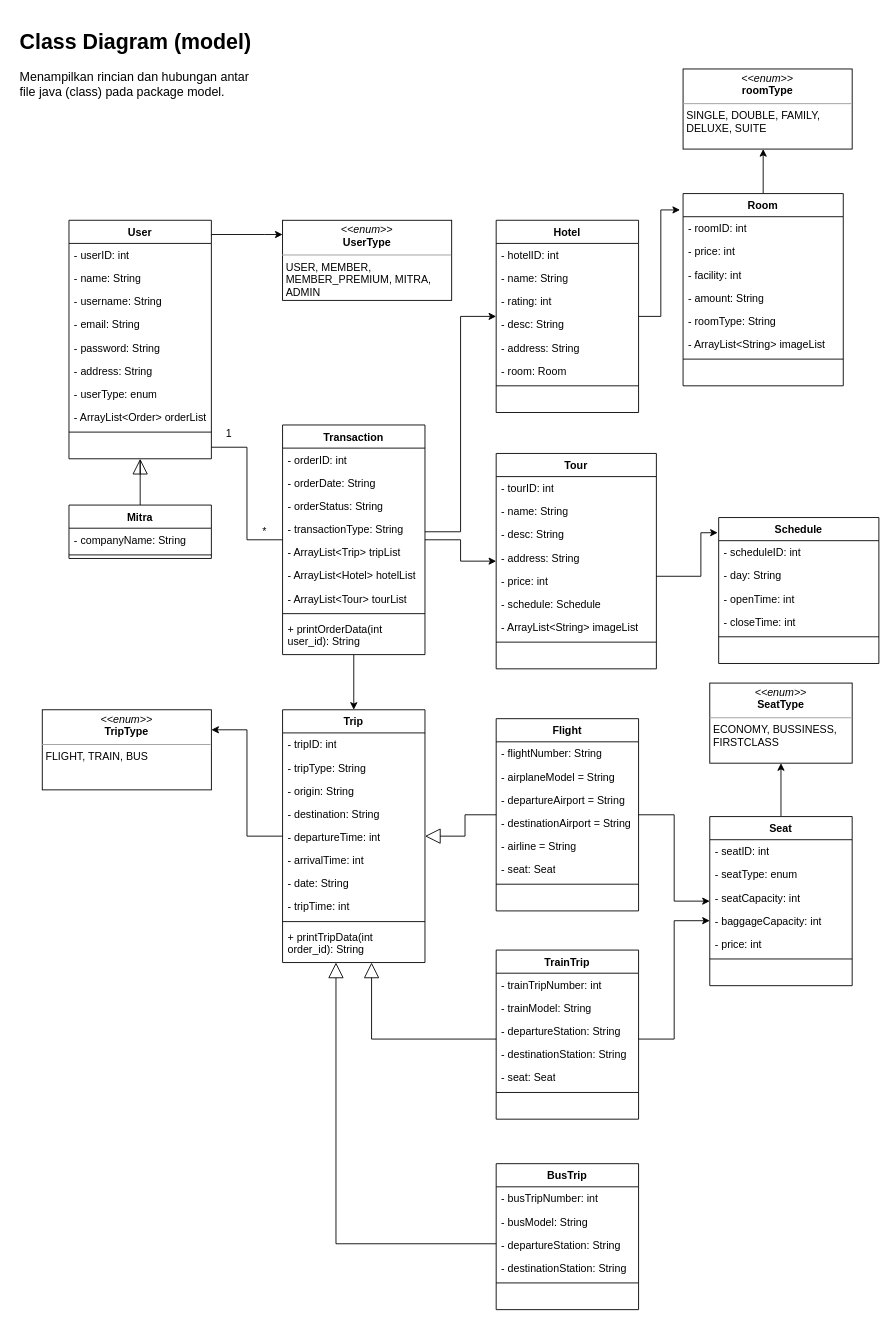
This is page "Model_Rev" (2 of 2) of src/info/ClassDiagram.drawio from Thomassantosa/TubesPBO, a draw.io file, before an edit. Source tidied: cells renumbered, new cells numbered last; positions are measured from the earlier drawing's top-left corner, leaving out a move shared by most shapes. Both pictures are drawn from the tidied source at 89%, with x=0, y=0 at pixel (15, 24).
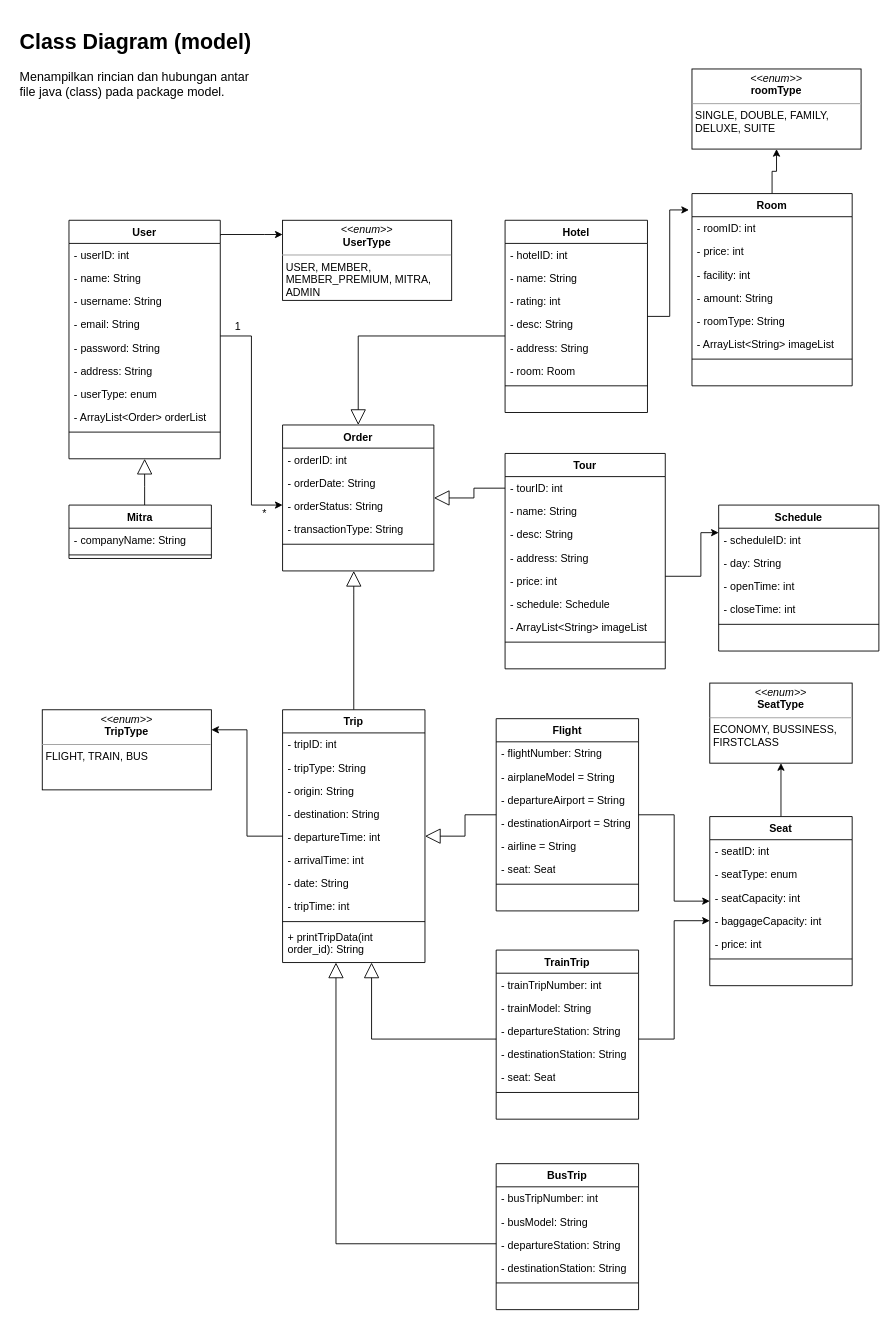
Above is the later version.

The change refers to these unchanged cells:
```xml
<mxCell id="16" value="Mitra" style="swimlane;fontStyle=1;align=center;verticalAlign=top;horizontal=1;startSize=26;whiteSpace=wrap;" parent="1" vertex="1">
  <mxGeometry x="60" y="540" width="160" height="60" as="geometry" />
</mxCell>
<mxCell id="37" value="Trip" style="swimlane;fontStyle=1;align=center;verticalAlign=top;horizontal=1;startSize=26;whiteSpace=wrap;" parent="1" vertex="1">
  <mxGeometry x="300" y="770" width="160" height="284" as="geometry" />
</mxCell>
<mxCell id="110" value="- tourID: int" style="text;strokeColor=none;fillColor=none;align=left;verticalAlign=top;spacingLeft=4;spacingRight=4;overflow=hidden;points=[[0,0.5],[1,0.5]];portConstraint=eastwest;whiteSpace=wrap;" parent="109" vertex="1">
  <mxGeometry y="26" width="180" height="26" as="geometry" />
</mxCell>
```

What changed in the source:
```diff
@@
+    <mxCell id="127" style="edgeStyle=orthogonalEdgeStyle;rounded=0;jettySize=auto;html=1;" parent="1" edge="1" source="4" target="23">
+      <mxGeometry relative="1" as="geometry">
+        <Array as="points">
+          <mxPoint x="265" y="350" />
+          <mxPoint x="265" y="540" />
+        </Array>
+      </mxGeometry>
+    </mxCell>
     <mxCell id="4" value="User" style="swimlane;fontStyle=1;align=center;verticalAlign=top;horizontal=1;startSize=26;whiteSpace=wrap;" parent="1" vertex="1">
-      <mxGeometry x="60" y="220" width="160" height="268" as="geometry" />
+      <mxGeometry x="60" y="220" width="170" height="268" as="geometry" />
     </mxCell>
     <mxCell id="5" value="- userID: int" style="text;strokeColor=none;fillColor=none;align=left;verticalAlign=top;spacingLeft=4;spacingRight=4;overflow=hidden;whiteSpace=wrap;" parent="4" vertex="1">
-      <mxGeometry y="26" width="160" height="26" as="geometry" />
+      <mxGeometry y="26" width="170" height="26" as="geometry" />
     </mxCell>
     <mxCell id="6" value="- name: String" style="text;strokeColor=none;fillColor=none;align=left;verticalAlign=top;spacingLeft=4;spacingRight=4;overflow=hidden;whiteSpace=wrap;" parent="4" vertex="1">
-      <mxGeometry y="52" width="160" height="26" as="geometry" />
+      <mxGeometry y="52" width="170" height="26" as="geometry" />
     </mxCell>
     <mxCell id="7" value="- username: String" style="text;strokeColor=none;fillColor=none;align=left;verticalAlign=top;spacingLeft=4;spacingRight=4;overflow=hidden;whiteSpace=wrap;" parent="4" vertex="1">
-      <mxGeometry y="78" width="160" height="26" as="geometry" />
+      <mxGeometry y="78" width="170" height="26" as="geometry" />
     </mxCell>
     <mxCell id="8" value="- email: String" style="text;strokeColor=none;fillColor=none;align=left;verticalAlign=top;spacingLeft=4;spacingRight=4;overflow=hidden;whiteSpace=wrap;" parent="4" vertex="1">
-      <mxGeometry y="104" width="160" height="26" as="geometry" />
+      <mxGeometry y="104" width="170" height="26" as="geometry" />
     </mxCell>
     <mxCell id="9" value="- password: String" style="text;strokeColor=none;fillColor=none;align=left;verticalAlign=top;spacingLeft=4;spacingRight=4;overflow=hidden;whiteSpace=wrap;" parent="4" vertex="1">
-      <mxGeometry y="130" width="160" height="26" as="geometry" />
+      <mxGeometry y="130" width="170" height="26" as="geometry" />
     </mxCell>
     <mxCell id="10" value="- address: String" style="text;strokeColor=none;fillColor=none;align=left;verticalAlign=top;spacingLeft=4;spacingRight=4;overflow=hidden;whiteSpace=wrap;" parent="4" vertex="1">
-      <mxGeometry y="156" width="160" height="26" as="geometry" />
+      <mxGeometry y="156" width="170" height="26" as="geometry" />
     </mxCell>
     <mxCell id="11" value="- userType: enum" style="text;strokeColor=none;fillColor=none;align=left;verticalAlign=top;spacingLeft=4;spacingRight=4;overflow=hidden;whiteSpace=wrap;" parent="4" vertex="1">
-      <mxGeometry y="182" width="160" height="26" as="geometry" />
+      <mxGeometry y="182" width="170" height="26" as="geometry" />
     </mxCell>
     <mxCell id="12" value="- ArrayList&lt;Order&gt; orderList" style="text;strokeColor=none;fillColor=none;align=left;verticalAlign=top;spacingLeft=4;spacingRight=4;overflow=hidden;whiteSpace=wrap;" parent="4" vertex="1">
-      <mxGeometry y="208" width="160" height="26" as="geometry" />
+      <mxGeometry y="208" width="170" height="26" as="geometry" />
     </mxCell>
     <mxCell id="13" style="line;strokeWidth=1;fillColor=none;align=left;verticalAlign=middle;spacingTop=-1;spacingLeft=3;spacingRight=3;labelPosition=right;whiteSpace=wrap;" parent="4" vertex="1">
-      <mxGeometry y="234" width="160" height="8" as="geometry" />
+      <mxGeometry y="234" width="170" height="8" as="geometry" />
     </mxCell>
     <mxCell id="14" value=" " style="text;strokeColor=none;fillColor=none;align=left;verticalAlign=top;spacingLeft=4;spacingRight=4;overflow=hidden;points=[[0,0.5],[1,0.5]];portConstraint=eastwest;whiteSpace=wrap;" parent="4" vertex="1">
-      <mxGeometry y="242" width="160" height="26" as="geometry" />
+      <mxGeometry y="242" width="170" height="26" as="geometry" />
     </mxCell>
-    <mxCell id="15" style="edgeStyle=orthogonalEdgeStyle;rounded=0;jettySize=auto;html=1;endArrow=block;endFill=0;endSize=15;" parent="1" edge="1" source="16" target="14">
+    <mxCell id="15" style="edgeStyle=orthogonalEdgeStyle;rounded=0;jettySize=auto;html=1;endArrow=block;endFill=0;endSize=15;" parent="1" edge="1" source="16" target="4">
       <mxGeometry relative="1" as="geometry">
         <Array as="points">
-          <mxPoint x="140" y="490" />
-          <mxPoint x="140" y="490" />
+          <mxPoint x="145" y="519" />
+          <mxPoint x="145" y="519" />
         </Array>
       </mxGeometry>
     </mxCell>
@@
-    <mxCell id="20" style="edgeStyle=orthogonalEdgeStyle;rounded=0;jettySize=auto;html=1;entryX=0.5;entryY=0;entryDx=0;entryDy=0;" parent="1" edge="1" source="23" target="37">
-      <mxGeometry relative="1" as="geometry" />
-    </mxCell>
-    <mxCell id="21" style="edgeStyle=orthogonalEdgeStyle;rounded=0;jettySize=auto;html=1;" parent="1" edge="1" source="23" target="89">
-      <mxGeometry relative="1" as="geometry">
-        <Array as="points">
-          <mxPoint x="500" y="570" />
-          <mxPoint x="500" y="328" />
-        </Array>
-      </mxGeometry>
-    </mxCell>
-    <mxCell id="22" style="edgeStyle=orthogonalEdgeStyle;rounded=0;jettySize=auto;html=1;" parent="1" edge="1" source="23" target="109">
-      <mxGeometry relative="1" as="geometry" />
-    </mxCell>
-    <mxCell id="23" value="Transaction" style="swimlane;fontStyle=1;align=center;verticalAlign=top;horizontal=1;startSize=26;whiteSpace=wrap;" parent="1" vertex="1">
-      <mxGeometry x="300" y="450" width="160" height="258" as="geometry" />
+    <mxCell id="23" value="Order" style="swimlane;fontStyle=1;align=center;verticalAlign=top;horizontal=1;startSize=26;whiteSpace=wrap;" parent="1" vertex="1">
+      <mxGeometry x="300" y="450" width="170" height="164" as="geometry" />
     </mxCell>
     <mxCell id="24" value="- orderID: int" style="text;strokeColor=none;fillColor=none;align=left;verticalAlign=top;spacingLeft=4;spacingRight=4;overflow=hidden;whiteSpace=wrap;" parent="23" vertex="1">
-      <mxGeometry y="26" width="160" height="26" as="geometry" />
+      <mxGeometry y="26" width="170" height="26" as="geometry" />
     </mxCell>
     <mxCell id="25" value="- orderDate: String" style="text;strokeColor=none;fillColor=none;align=left;verticalAlign=top;spacingLeft=4;spacingRight=4;overflow=hidden;whiteSpace=wrap;" parent="23" vertex="1">
-      <mxGeometry y="52" width="160" height="26" as="geometry" />
+      <mxGeometry y="52" width="170" height="26" as="geometry" />
     </mxCell>
     <mxCell id="26" value="- orderStatus: String" style="text;strokeColor=none;fillColor=none;align=left;verticalAlign=top;spacingLeft=4;spacingRight=4;overflow=hidden;whiteSpace=wrap;" parent="23" vertex="1">
-      <mxGeometry y="78" width="160" height="26" as="geometry" />
+      <mxGeometry y="78" width="170" height="26" as="geometry" />
     </mxCell>
     <mxCell id="27" value="- transactionType: String" style="text;strokeColor=none;fillColor=none;align=left;verticalAlign=top;spacingLeft=4;spacingRight=4;overflow=hidden;whiteSpace=wrap;" parent="23" vertex="1">
-      <mxGeometry y="104" width="160" height="26" as="geometry" />
+      <mxGeometry y="104" width="170" height="26" as="geometry" />
     </mxCell>
-    <mxCell id="28" value="- ArrayList&lt;Trip&gt; tripList" style="text;strokeColor=none;fillColor=none;align=left;verticalAlign=top;spacingLeft=4;spacingRight=4;overflow=hidden;whiteSpace=wrap;" parent="23" vertex="1">
-      <mxGeometry y="130" width="160" height="26" as="geometry" />
-    </mxCell>
-    <mxCell id="29" value="- ArrayList&lt;Hotel&gt; hotelList" style="text;strokeColor=none;fillColor=none;align=left;verticalAlign=top;spacingLeft=4;spacingRight=4;overflow=hidden;whiteSpace=wrap;" parent="23" vertex="1">
-      <mxGeometry y="156" width="160" height="26" as="geometry" />
-    </mxCell>
-    <mxCell id="30" value="- ArrayList&lt;Tour&gt; tourList" style="text;strokeColor=none;fillColor=none;align=left;verticalAlign=top;spacingLeft=4;spacingRight=4;overflow=hidden;whiteSpace=wrap;" parent="23" vertex="1">
-      <mxGeometry y="182" width="160" height="26" as="geometry" />
-    </mxCell>
     <mxCell id="31" style="line;strokeWidth=1;fillColor=none;align=left;verticalAlign=middle;spacingTop=-1;spacingLeft=3;spacingRight=3;labelPosition=right;whiteSpace=wrap;" parent="23" vertex="1">
-      <mxGeometry y="208" width="160" height="8" as="geometry" />
+      <mxGeometry y="130" width="170" height="8" as="geometry" />
     </mxCell>
-    <mxCell id="32" value="+ printOrderData(int user_id): String" style="text;strokeColor=none;fillColor=none;align=left;verticalAlign=top;spacingLeft=4;spacingRight=4;overflow=hidden;whiteSpace=wrap;" parent="23" vertex="1">
-      <mxGeometry y="216" width="160" height="42" as="geometry" />
+    <mxCell id="32" value=" " style="text;strokeColor=none;fillColor=none;align=left;verticalAlign=top;spacingLeft=4;spacingRight=4;overflow=hidden;whiteSpace=wrap;" parent="23" vertex="1">
+      <mxGeometry y="138" width="170" height="26" as="geometry" />
     </mxCell>
-    <mxCell id="33" style="edgeStyle=orthogonalEdgeStyle;rounded=0;jettySize=auto;html=1;endArrow=none;endFill=0;" parent="1" edge="1" source="14" target="23">
-      <mxGeometry relative="1" as="geometry" />
-    </mxCell>
     <mxCell id="34" value="1" style="text;html=1;strokeColor=none;fillColor=none;align=center;verticalAlign=middle;whiteSpace=wrap;rounded=0;" parent="1" vertex="1">
-      <mxGeometry x="220" y="450" width="40" height="20" as="geometry" />
+      <mxGeometry x="230" y="330" width="40" height="20" as="geometry" />
     </mxCell>
     <mxCell id="35" value="*" style="text;html=1;strokeColor=none;fillColor=none;align=center;verticalAlign=middle;whiteSpace=wrap;rounded=0;" parent="1" vertex="1">
-      <mxGeometry x="260" y="560" width="40" height="20" as="geometry" />
+      <mxGeometry x="260" y="540" width="40" height="20" as="geometry" />
     </mxCell>
@@
+    <mxCell id="128" style="edgeStyle=orthogonalEdgeStyle;rounded=0;jettySize=auto;html=1;endFill=0;endArrow=block;endSize=15;" parent="1" edge="1" source="37" target="23">
+      <mxGeometry relative="1" as="geometry">
+        <Array as="points">
+          <mxPoint x="380" y="640" />
+          <mxPoint x="380" y="640" />
+        </Array>
+      </mxGeometry>
+    </mxCell>
@@
+    <mxCell id="129" style="edgeStyle=orthogonalEdgeStyle;rounded=0;jettySize=auto;html=1;endFill=0;endArrow=block;endSize=15;" parent="1" edge="1" source="89" target="23">
+      <mxGeometry relative="1" as="geometry">
+        <Array as="points">
+          <mxPoint x="385" y="350" />
+        </Array>
+      </mxGeometry>
+    </mxCell>
     <mxCell id="89" value="Hotel" style="swimlane;fontStyle=1;align=center;verticalAlign=top;horizontal=1;startSize=26;whiteSpace=wrap;" parent="1" vertex="1">
-      <mxGeometry x="540" y="220" width="160" height="216" as="geometry" />
+      <mxGeometry x="550" y="220" width="160" height="216" as="geometry" />
     </mxCell>
@@
     <mxCell id="98" style="edgeStyle=orthogonalEdgeStyle;rounded=0;jettySize=auto;html=1;" parent="1" edge="1" source="99" target="126">
-      <mxGeometry relative="1" as="geometry">
-        <Array as="points">
-          <mxPoint x="840" y="160" />
-          <mxPoint x="840" y="160" />
-        </Array>
-      </mxGeometry>
+      <mxGeometry relative="1" as="geometry" />
     </mxCell>
     <mxCell id="99" value="Room" style="swimlane;fontStyle=1;align=center;verticalAlign=top;horizontal=1;startSize=26;whiteSpace=wrap;" parent="1" vertex="1">
-      <mxGeometry x="750" y="190" width="180" height="216" as="geometry" />
+      <mxGeometry x="760" y="190" width="180" height="216" as="geometry" />
     </mxCell>
@@
-    <mxCell id="108" style="edgeStyle=orthogonalEdgeStyle;rounded=0;jettySize=auto;html=1;entryX=-0.006;entryY=0.104;entryDx=0;entryDy=0;entryPerimeter=0;" parent="1" edge="1" source="109" target="119">
+    <mxCell id="108" style="edgeStyle=orthogonalEdgeStyle;rounded=0;jettySize=auto;html=1;" parent="1" edge="1" source="109" target="119">
       <mxGeometry relative="1" as="geometry">
         <Array as="points">
           <mxPoint x="770" y="620" />
           <mxPoint x="770" y="571" />
         </Array>
       </mxGeometry>
     </mxCell>
     <mxCell id="109" value="Tour" style="swimlane;fontStyle=1;align=center;verticalAlign=top;horizontal=1;startSize=26;whiteSpace=wrap;" parent="1" vertex="1">
-      <mxGeometry x="540" y="482" width="180" height="242" as="geometry" />
+      <mxGeometry x="550" y="482" width="180" height="242" as="geometry" />
     </mxCell>
@@
     <mxCell id="119" value="Schedule" style="swimlane;fontStyle=1;align=center;verticalAlign=top;horizontal=1;startSize=26;whiteSpace=wrap;" parent="1" vertex="1">
-      <mxGeometry x="790" y="554" width="180" height="164" as="geometry" />
+      <mxGeometry x="790" y="540" width="180" height="164" as="geometry" />
     </mxCell>
@@
     <mxCell id="126" value="&lt;p style=&quot;margin: 0px ; margin-top: 4px ; text-align: center&quot;&gt;&lt;i&gt;&amp;lt;&amp;lt;enum&amp;gt;&amp;gt;&lt;/i&gt;&lt;br&gt;&lt;b&gt;roomType&lt;/b&gt;&lt;/p&gt;&lt;hr size=&quot;1&quot;&gt;&lt;p style=&quot;margin: 0px ; margin-left: 4px&quot;&gt;SINGLE, DOUBLE, FAMILY, DELUXE, SUITE&lt;/p&gt;" style="verticalAlign=top;align=left;overflow=fill;fontSize=12;fontFamily=Helvetica;html=1;whiteSpace=wrap;" parent="1" vertex="1">
-      <mxGeometry x="750" y="50" width="190" height="90" as="geometry" />
+      <mxGeometry x="760" y="50" width="190" height="90" as="geometry" />
     </mxCell>
+    <mxCell id="130" style="edgeStyle=orthogonalEdgeStyle;rounded=0;jettySize=auto;html=1;endFill=0;endArrow=block;endSize=15;" parent="1" edge="1" source="110" target="23">
+      <mxGeometry relative="1" as="geometry" />
+    </mxCell>
```
